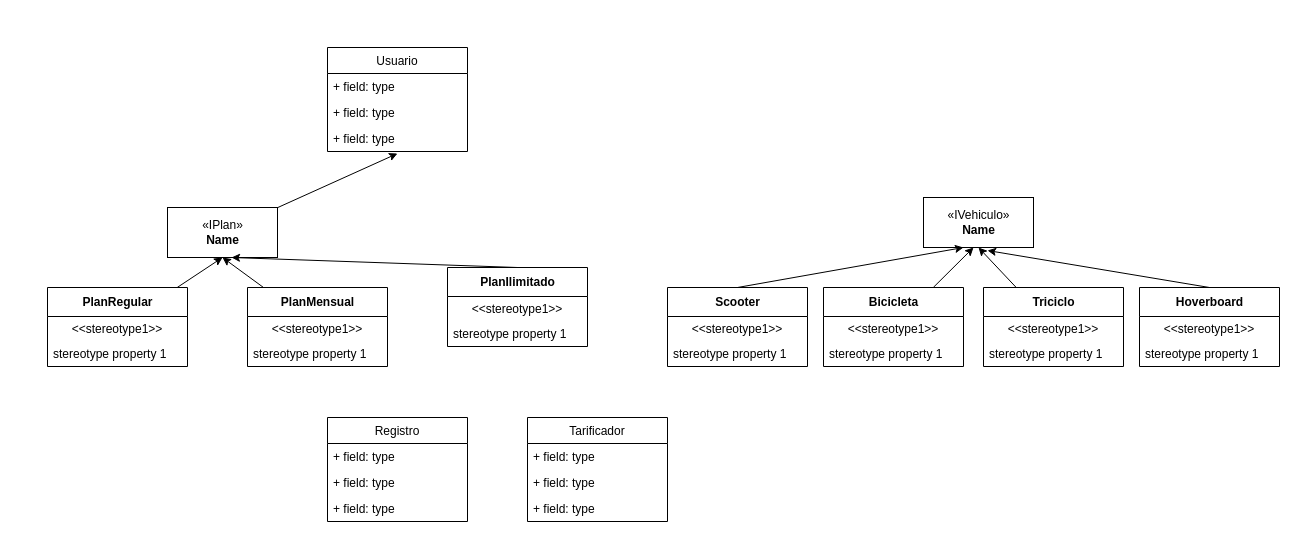
Before: page "Page-1" (2 of 2) of diagrama.drawio in raquelperez89/TarifadorCochala, a draw.io diagram. Source tidied: cells renumbered, new cells numbered last; positions are measured from the earlier drawing's top-left corner, leaving out a move shared by most shapes. Both pictures are drawn from the tidied source at 100%, with x=0, y=0 at pixel (47, 47).
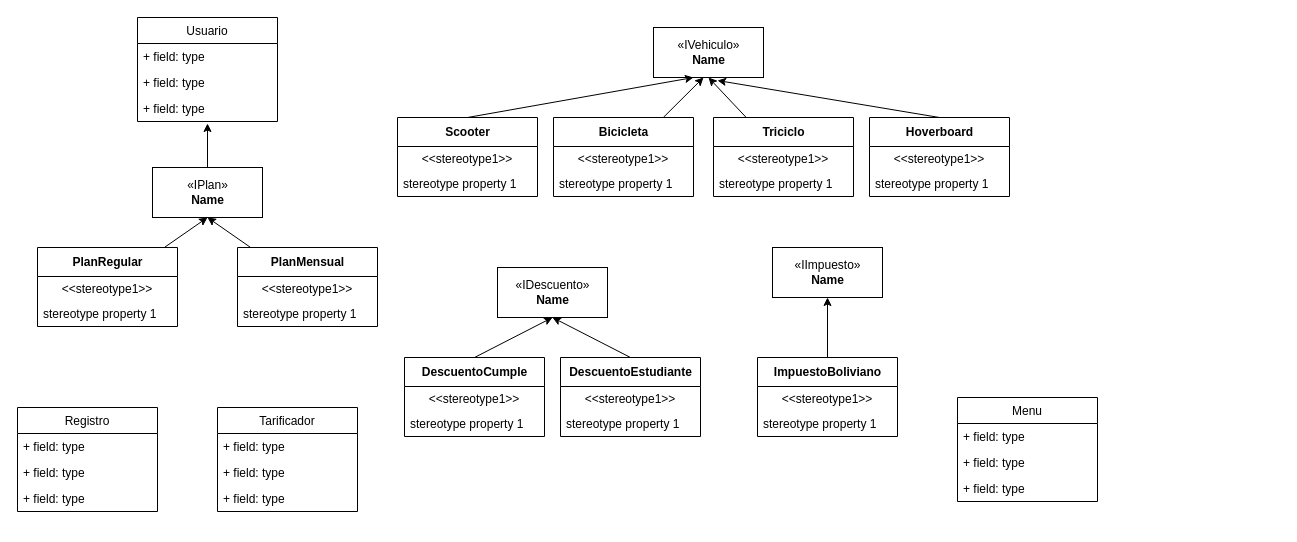
The same diagram, later.

What changed in the source:
```diff
@@
     <mxCell id="3" value="PlanMensual" style="swimlane;fontStyle=1;align=center;verticalAlign=middle;horizontal=1;startSize=29;html=1;" parent="1" vertex="1">
-      <mxGeometry x="200" y="240" width="140" height="79" as="geometry" />
+      <mxGeometry x="190" y="200" width="140" height="79" as="geometry" />
     </mxCell>
@@
     <mxCell id="7" value="«IPlan»&lt;br&gt;&lt;b&gt;Name&lt;/b&gt;" style="html=1;" parent="1" vertex="1">
-      <mxGeometry x="120" y="160" width="110" height="50" as="geometry" />
+      <mxGeometry x="105" y="120" width="110" height="50" as="geometry" />
     </mxCell>
@@
     <mxCell id="9" value="PlanRegular" style="swimlane;fontStyle=1;align=center;verticalAlign=middle;horizontal=1;startSize=29;html=1;" parent="1" vertex="1">
-      <mxGeometry y="240" width="140" height="79" as="geometry" />
+      <mxGeometry x="-10" y="200" width="140" height="79" as="geometry" />
     </mxCell>
@@
     <mxCell id="12" style="edgeStyle=none;html=1;" parent="1" edge="1" source="13">
       <mxGeometry relative="1" as="geometry">
-        <mxPoint x="926" y="200" as="targetPoint" />
+        <mxPoint x="656" y="30" as="targetPoint" />
       </mxGeometry>
     </mxCell>
     <mxCell id="13" value="Bicicleta" style="swimlane;fontStyle=1;align=center;verticalAlign=middle;horizontal=1;startSize=29;html=1;" parent="1" vertex="1">
-      <mxGeometry x="776" y="240" width="140" height="79" as="geometry" />
+      <mxGeometry x="506" y="70" width="140" height="79" as="geometry" />
     </mxCell>
@@
     <mxCell id="16" value="«IVehiculo»&lt;br&gt;&lt;b&gt;Name&lt;/b&gt;" style="html=1;" parent="1" vertex="1">
-      <mxGeometry x="876" y="150" width="110" height="50" as="geometry" />
+      <mxGeometry x="606" y="-20" width="110" height="50" as="geometry" />
     </mxCell>
     <mxCell id="17" style="edgeStyle=none;html=1;exitX=0.5;exitY=0;exitDx=0;exitDy=0;" parent="1" edge="1" source="18">
       <mxGeometry relative="1" as="geometry">
-        <mxPoint x="916" y="200" as="targetPoint" />
+        <mxPoint x="646" y="30" as="targetPoint" />
       </mxGeometry>
     </mxCell>
     <mxCell id="18" value="Scooter" style="swimlane;fontStyle=1;align=center;verticalAlign=middle;horizontal=1;startSize=29;html=1;" parent="1" vertex="1">
-      <mxGeometry x="620" y="240" width="140" height="79" as="geometry" />
+      <mxGeometry x="350" y="70" width="140" height="79" as="geometry" />
     </mxCell>
@@
     <mxCell id="22" value="Hoverboard" style="swimlane;fontStyle=1;align=center;verticalAlign=middle;horizontal=1;startSize=29;html=1;" parent="1" vertex="1">
-      <mxGeometry x="1092" y="240" width="140" height="79" as="geometry" />
+      <mxGeometry x="822" y="70" width="140" height="79" as="geometry" />
     </mxCell>
@@
     <mxCell id="26" value="Triciclo" style="swimlane;fontStyle=1;align=center;verticalAlign=middle;horizontal=1;startSize=29;html=1;" parent="1" vertex="1">
-      <mxGeometry x="936" y="240" width="140" height="79" as="geometry" />
+      <mxGeometry x="666" y="70" width="140" height="79" as="geometry" />
     </mxCell>
@@
     <mxCell id="29" value="Usuario" style="swimlane;fontStyle=0;horizontal=1;startSize=26;fillColor=none;" parent="1" vertex="1">
-      <mxGeometry x="280" width="140" height="104" as="geometry" />
+      <mxGeometry x="90" y="-30" width="140" height="104" as="geometry" />
     </mxCell>
@@
     <mxCell id="33" value="Registro" style="swimlane;fontStyle=0;horizontal=1;startSize=26;fillColor=none;" parent="1" vertex="1">
-      <mxGeometry x="280" y="370" width="140" height="104" as="geometry" />
+      <mxGeometry x="-30" y="360" width="140" height="104" as="geometry" />
     </mxCell>
@@
     <mxCell id="37" value="Tarificador" style="swimlane;fontStyle=0;horizontal=1;startSize=26;fillColor=none;" parent="1" vertex="1">
-      <mxGeometry x="480" y="370" width="140" height="104" as="geometry" />
+      <mxGeometry x="170" y="360" width="140" height="104" as="geometry" />
     </mxCell>
@@
-    <mxCell id="41" style="edgeStyle=none;html=1;entryX=0.582;entryY=1;entryDx=0;entryDy=0;entryPerimeter=0;exitX=0.5;exitY=0;exitDx=0;exitDy=0;" parent="1" edge="1" source="42" target="7">
-      <mxGeometry relative="1" as="geometry" />
-    </mxCell>
-    <mxCell id="42" value="PlanIlimitado" style="swimlane;fontStyle=1;align=center;verticalAlign=middle;horizontal=1;startSize=29;html=1;" parent="1" vertex="1">
-      <mxGeometry x="400" y="220" width="140" height="79" as="geometry" />
-    </mxCell>
-    <mxCell id="43" value="&amp;lt;&amp;lt;stereotype1&amp;gt;&amp;gt;" style="text;html=1;strokeColor=none;fillColor=none;align=center;verticalAlign=middle;spacingLeft=4;spacingRight=4;overflow=hidden;" parent="42" vertex="1">
-      <mxGeometry y="29" width="140" height="25" as="geometry" />
-    </mxCell>
-    <mxCell id="44" value="stereotype property 1" style="text;html=1;strokeColor=none;fillColor=none;align=left;verticalAlign=middle;spacingLeft=4;spacingRight=4;overflow=hidden;" parent="42" vertex="1">
-      <mxGeometry y="54" width="140" height="25" as="geometry" />
-    </mxCell>
+    <mxCell id="45" value="«IDescuento»&lt;br&gt;&lt;b&gt;Name&lt;/b&gt;" style="html=1;" parent="1" vertex="1">
+      <mxGeometry x="450" y="220" width="110" height="50" as="geometry" />
+    </mxCell>
+    <mxCell id="46" value="DescuentoEstudiante" style="swimlane;fontStyle=1;align=center;verticalAlign=middle;horizontal=1;startSize=29;html=1;" parent="1" vertex="1">
+      <mxGeometry x="513" y="310" width="140" height="79" as="geometry" />
+    </mxCell>
+    <mxCell id="47" value="&amp;lt;&amp;lt;stereotype1&amp;gt;&amp;gt;" style="text;html=1;strokeColor=none;fillColor=none;align=center;verticalAlign=middle;spacingLeft=4;spacingRight=4;overflow=hidden;" parent="46" vertex="1">
+      <mxGeometry y="29" width="140" height="25" as="geometry" />
+    </mxCell>
+    <mxCell id="48" value="stereotype property 1" style="text;html=1;strokeColor=none;fillColor=none;align=left;verticalAlign=middle;spacingLeft=4;spacingRight=4;overflow=hidden;" parent="46" vertex="1">
+      <mxGeometry y="54" width="140" height="25" as="geometry" />
+    </mxCell>
+    <mxCell id="49" value="DescuentoCumple" style="swimlane;fontStyle=1;align=center;verticalAlign=middle;horizontal=1;startSize=29;html=1;" parent="1" vertex="1">
+      <mxGeometry x="357" y="310" width="140" height="79" as="geometry" />
+    </mxCell>
+    <mxCell id="50" value="&amp;lt;&amp;lt;stereotype1&amp;gt;&amp;gt;" style="text;html=1;strokeColor=none;fillColor=none;align=center;verticalAlign=middle;spacingLeft=4;spacingRight=4;overflow=hidden;" parent="49" vertex="1">
+      <mxGeometry y="29" width="140" height="25" as="geometry" />
+    </mxCell>
+    <mxCell id="51" value="stereotype property 1" style="text;html=1;strokeColor=none;fillColor=none;align=left;verticalAlign=middle;spacingLeft=4;spacingRight=4;overflow=hidden;" parent="49" vertex="1">
+      <mxGeometry y="54" width="140" height="25" as="geometry" />
+    </mxCell>
+    <mxCell id="52" style="edgeStyle=none;html=1;entryX=0.5;entryY=1;entryDx=0;entryDy=0;exitX=0.5;exitY=0;exitDx=0;exitDy=0;" parent="1" edge="1" source="49" target="45">
+      <mxGeometry relative="1" as="geometry" />
+    </mxCell>
+    <mxCell id="53" style="edgeStyle=none;html=1;entryX=0.5;entryY=1;entryDx=0;entryDy=0;exitX=0.5;exitY=0;exitDx=0;exitDy=0;" parent="1" edge="1" source="46" target="45">
+      <mxGeometry relative="1" as="geometry" />
+    </mxCell>
+    <mxCell id="54" value="«IImpuesto»&lt;br&gt;&lt;b&gt;Name&lt;/b&gt;" style="html=1;" parent="1" vertex="1">
+      <mxGeometry x="725" y="200" width="110" height="50" as="geometry" />
+    </mxCell>
+    <mxCell id="55" value="ImpuestoBoliviano" style="swimlane;fontStyle=1;align=center;verticalAlign=middle;horizontal=1;startSize=29;html=1;" parent="1" vertex="1">
+      <mxGeometry x="710" y="310" width="140" height="79" as="geometry" />
+    </mxCell>
+    <mxCell id="56" value="&amp;lt;&amp;lt;stereotype1&amp;gt;&amp;gt;" style="text;html=1;strokeColor=none;fillColor=none;align=center;verticalAlign=middle;spacingLeft=4;spacingRight=4;overflow=hidden;" parent="55" vertex="1">
+      <mxGeometry y="29" width="140" height="25" as="geometry" />
+    </mxCell>
+    <mxCell id="57" value="stereotype property 1" style="text;html=1;strokeColor=none;fillColor=none;align=left;verticalAlign=middle;spacingLeft=4;spacingRight=4;overflow=hidden;" parent="55" vertex="1">
+      <mxGeometry y="54" width="140" height="25" as="geometry" />
+    </mxCell>
+    <mxCell id="58" style="edgeStyle=none;html=1;entryX=0.5;entryY=1;entryDx=0;entryDy=0;exitX=0.5;exitY=0;exitDx=0;exitDy=0;" parent="1" edge="1" source="55" target="54">
+      <mxGeometry relative="1" as="geometry" />
+    </mxCell>
+    <mxCell id="59" value="Menu" style="swimlane;fontStyle=0;horizontal=1;startSize=26;fillColor=none;" parent="1" vertex="1">
+      <mxGeometry x="910" y="350" width="140" height="104" as="geometry" />
+    </mxCell>
+    <mxCell id="60" value="+ field: type" style="text;strokeColor=none;fillColor=none;align=left;verticalAlign=top;spacingLeft=4;spacingRight=4;overflow=hidden;" parent="59" vertex="1">
+      <mxGeometry y="26" width="140" height="26" as="geometry" />
+    </mxCell>
+    <mxCell id="61" value="+ field: type" style="text;strokeColor=none;fillColor=none;align=left;verticalAlign=top;spacingLeft=4;spacingRight=4;overflow=hidden;" parent="59" vertex="1">
+      <mxGeometry y="52" width="140" height="26" as="geometry" />
+    </mxCell>
+    <mxCell id="62" value="+ field: type" style="text;strokeColor=none;fillColor=none;align=left;verticalAlign=top;spacingLeft=4;spacingRight=4;overflow=hidden;" parent="59" vertex="1">
+      <mxGeometry y="78" width="140" height="26" as="geometry" />
+    </mxCell>
```
